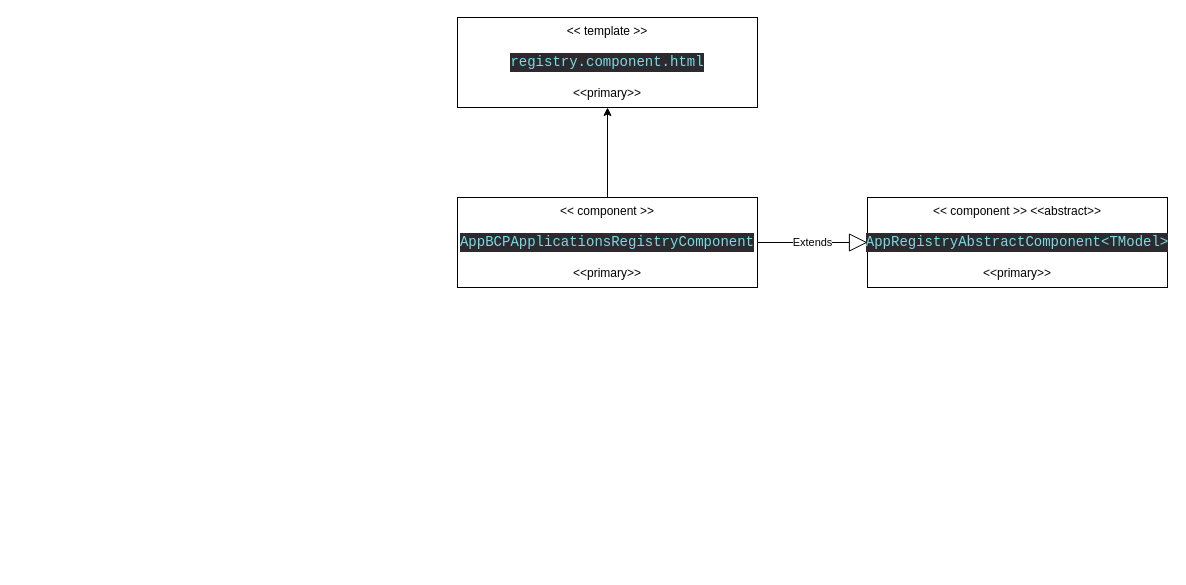
Above: GRLS.Angular/app/primary/page-modules/registry/list/bcp-applications-registry/bcp-applications-registry.components.ts/dependencies.drawio in davyd0ff/so-line-grls (draw.io), before the change. Source tidied: cells renumbered, new cells numbered last; positions are measured from the earlier drawing's top-left corner, leaving out a move shared by most shapes. Both pictures are drawn from the tidied source at 100%, with x=0, y=0 at pixel (457, 17).
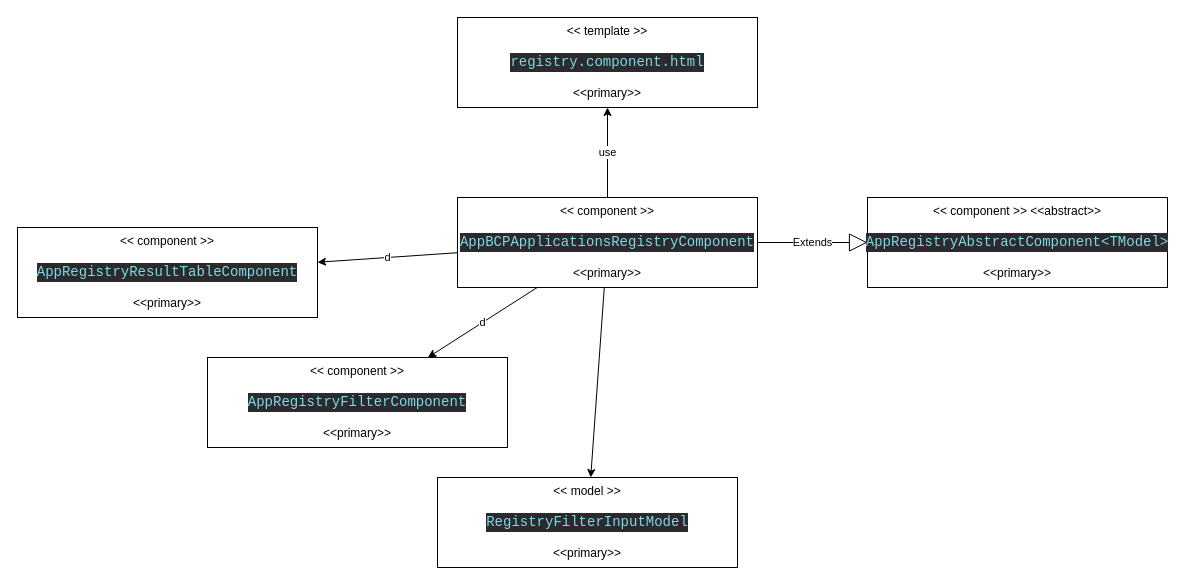
The same page after the edit.

Change to the diagram source:
```diff
@@
 <mxGraphModel>
   <root>
     <mxCell id="0" />
     <mxCell id="1" parent="0" />
-    <mxCell id="2" style="rounded=0;jettySize=auto;html=1;exitX=0.5;exitY=0;exitDx=0;exitDy=0;" parent="1" edge="1" source="3" target="4">
+    <mxCell id="2" value="use" style="rounded=0;jettySize=auto;html=1;exitX=0.5;exitY=0;exitDx=0;exitDy=0;" parent="1" edge="1" source="3" target="4">
       <mxGeometry relative="1" as="geometry" />
     </mxCell>
+    <mxCell id="7" value="d" style="edgeStyle=none;rounded=0;jettySize=auto;html=1;" parent="1" edge="1" source="3" target="11">
+      <mxGeometry relative="1" as="geometry" />
+    </mxCell>
+    <mxCell id="8" value="d" style="edgeStyle=none;rounded=0;jettySize=auto;html=1;" parent="1" edge="1" source="3" target="10">
+      <mxGeometry relative="1" as="geometry" />
+    </mxCell>
+    <mxCell id="9" style="edgeStyle=none;rounded=0;jettySize=auto;html=1;" parent="1" edge="1" source="3" target="12">
+      <mxGeometry relative="1" as="geometry" />
+    </mxCell>
     <mxCell id="3" value="&amp;lt;&amp;lt; component &amp;gt;&amp;gt;&lt;br&gt;&lt;br&gt;&lt;div style=&quot;color: rgb(252, 252, 250); background-color: rgb(45, 42, 46); font-family: Consolas, &amp;quot;Courier New&amp;quot;, monospace; font-size: 14px; line-height: 19px;&quot;&gt;&lt;span style=&quot;color: #78dce8;&quot;&gt;AppBCPApplicationsRegistryComponent&lt;/span&gt;&lt;/div&gt;&lt;br&gt;&amp;lt;&amp;lt;primary&amp;gt;&amp;gt;" style="rounded=0;whiteSpace=wrap;html=1;" parent="1" vertex="1">
       <mxGeometry y="180" width="300" height="90" as="geometry" />
     </mxCell>
     <mxCell id="4" value="&amp;lt;&amp;lt; template &amp;gt;&amp;gt;&lt;br&gt;&lt;br&gt;&lt;div style=&quot;background-color: rgb(45, 42, 46); font-family: Consolas, &amp;quot;Courier New&amp;quot;, monospace; font-size: 14px; line-height: 19px;&quot;&gt;&lt;font color=&quot;#78dce8&quot;&gt;registry.component.html&lt;/font&gt;&lt;/div&gt;&lt;br&gt;&amp;lt;&amp;lt;primary&amp;gt;&amp;gt;" style="rounded=0;whiteSpace=wrap;html=1;" parent="1" vertex="1">
       <mxGeometry width="300" height="90" as="geometry" />
     </mxCell>
     <mxCell id="5" value="&amp;lt;&amp;lt; component &amp;gt;&amp;gt; &amp;lt;&amp;lt;abstract&amp;gt;&amp;gt;&lt;br&gt;&lt;br&gt;&lt;div style=&quot;color: rgb(252, 252, 250); background-color: rgb(45, 42, 46); font-family: Consolas, &amp;quot;Courier New&amp;quot;, monospace; font-size: 14px; line-height: 19px;&quot;&gt;&lt;span style=&quot;color: #78dce8;&quot;&gt;AppRegistryAbstractComponent&amp;lt;TModel&amp;gt;&lt;/span&gt;&lt;/div&gt;&lt;br&gt;&amp;lt;&amp;lt;primary&amp;gt;&amp;gt;" style="rounded=0;whiteSpace=wrap;html=1;" parent="1" vertex="1">
       <mxGeometry x="410" y="180" width="300" height="90" as="geometry" />
     </mxCell>
     <mxCell id="6" value="Extends" style="endArrow=block;endSize=16;endFill=0;html=1;rounded=0;entryX=0;entryY=0.5;entryDx=0;entryDy=0;" parent="1" edge="1" source="3" target="5">
       <mxGeometry relative="1" as="geometry" />
     </mxCell>
+    <mxCell id="10" value="&amp;lt;&amp;lt; component &amp;gt;&amp;gt;&lt;br&gt;&lt;br&gt;&lt;div style=&quot;color: rgb(252, 252, 250); background-color: rgb(45, 42, 46); font-family: Consolas, &amp;quot;Courier New&amp;quot;, monospace; font-size: 14px; line-height: 19px;&quot;&gt;&lt;span style=&quot;color: #78dce8;&quot;&gt;AppRegistryFilterComponent&lt;/span&gt;&lt;/div&gt;&lt;br&gt;&amp;lt;&amp;lt;primary&amp;gt;&amp;gt;" style="rounded=0;whiteSpace=wrap;html=1;" parent="1" vertex="1">
+      <mxGeometry x="-250" y="340" width="300" height="90" as="geometry" />
+    </mxCell>
+    <mxCell id="11" value="&amp;lt;&amp;lt; component &amp;gt;&amp;gt;&lt;br&gt;&lt;br&gt;&lt;div style=&quot;color: rgb(252, 252, 250); background-color: rgb(45, 42, 46); font-family: Consolas, &amp;quot;Courier New&amp;quot;, monospace; font-size: 14px; line-height: 19px;&quot;&gt;&lt;span style=&quot;color: #78dce8;&quot;&gt;AppRegistryResultTableComponent&lt;/span&gt;&lt;/div&gt;&lt;br&gt;&amp;lt;&amp;lt;primary&amp;gt;&amp;gt;" style="rounded=0;whiteSpace=wrap;html=1;" parent="1" vertex="1">
+      <mxGeometry x="-440" y="210" width="300" height="90" as="geometry" />
+    </mxCell>
+    <mxCell id="12" value="&amp;lt;&amp;lt; model &amp;gt;&amp;gt;&lt;br&gt;&lt;br&gt;&lt;div style=&quot;color: rgb(252, 252, 250); background-color: rgb(45, 42, 46); font-family: Consolas, &amp;quot;Courier New&amp;quot;, monospace; font-size: 14px; line-height: 19px;&quot;&gt;&lt;div style=&quot;line-height: 19px;&quot;&gt;&lt;span style=&quot;color: #78dce8;&quot;&gt;RegistryFilterInputModel&lt;/span&gt;&lt;/div&gt;&lt;/div&gt;&lt;br&gt;&amp;lt;&amp;lt;primary&amp;gt;&amp;gt;" style="rounded=0;whiteSpace=wrap;html=1;" parent="1" vertex="1">
+      <mxGeometry x="-20" y="460" width="300" height="90" as="geometry" />
+    </mxCell>
   </root>
 </mxGraphModel>
```
